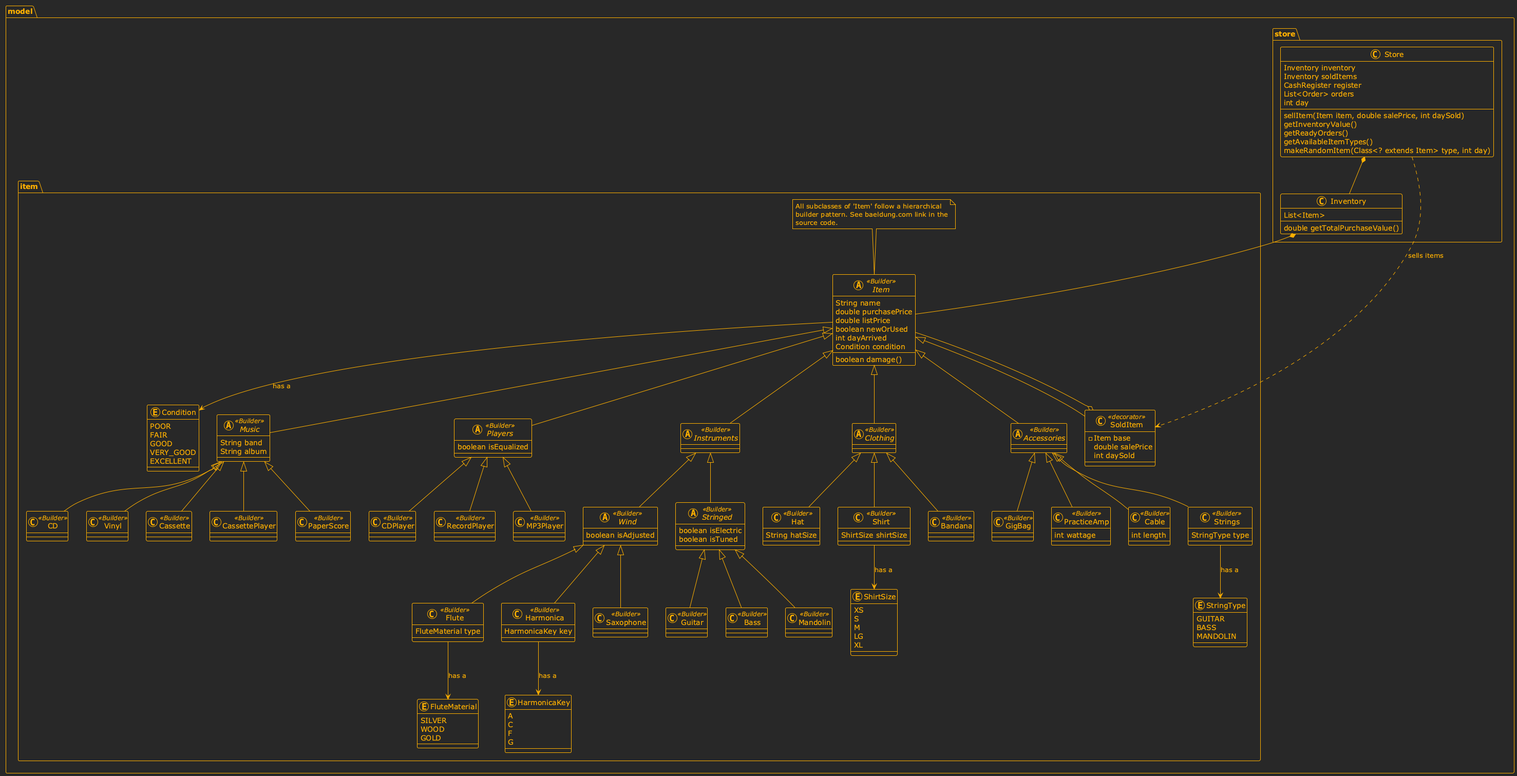
Before: src/main/java/ooad/project3/assets/itemsUML.png, a diagram exported from PlantUML (simondoesstuff/ooad-2025). Its diagram source:
```plantuml
@startuml

!theme crt-amber

<style>
header {
  HorizontalAlignment left
}
</style>

package "model" {

  package "item" {

    abstract class Item <<Builder>> {
      String name
      double purchasePrice
      double listPrice
      boolean newOrUsed
      int dayArrived
      Condition condition
      boolean damage()
    }

    note top
      All subclasses of 'Item' follow a hierarchical
      builder pattern. See baeldung.com link in the
      source code.
    end note

    class SoldItem <<decorator>> extends Item {
      - Item base
      double salePrice
      int daySold
    }

    enum Condition {
      POOR
      FAIR
      GOOD
      VERY_GOOD
      EXCELLENT
    }

    abstract class Music <<Builder>> extends Item {
      String band
      String album
    }
    class PaperScore <<Builder>> extends Music {}
    class CD <<Builder>> extends Music {}
    class Vinyl <<Builder>> extends Music {}
    class Cassette <<Builder>> extends Music {}

    abstract class Players <<Builder>> extends Item {
      boolean isEqualized
    }
    class CDPlayer <<Builder>> extends Players {}
    class RecordPlayer <<Builder>> extends Players {}
    class MP3Player <<Builder>> extends Players {}
    class CassettePlayer <<Builder>> extends Music {}

    abstract class Instruments <<Builder>> extends Item {}

    abstract class Stringed <<Builder>> extends Instruments {
      boolean isElectric
      boolean isTuned
    }
    class Guitar <<Builder>> extends Stringed {}
    class Bass <<Builder>> extends Stringed {}
    class Mandolin <<Builder>> extends Stringed {}

    abstract class Wind <<Builder>> extends Instruments {
      boolean isAdjusted
    }
    class Flute <<Builder>> extends Wind {
      FluteMaterial type
    }
    enum FluteMaterial {
      SILVER
      WOOD
      GOLD
    }
    class Harmonica <<Builder>> extends Wind {
      HarmonicaKey key
    }
    enum HarmonicaKey {
      A
      C
      F
      G
    }
    class Saxophone <<Builder>> extends Wind {}

    abstract class Clothing <<Builder>> extends Item {}
    class Hat <<Builder>> extends Clothing {
      String hatSize
    }
    class Shirt <<Builder>> extends Clothing {
      ShirtSize shirtSize
    }
    enum ShirtSize {
      XS
      S
      M
      LG
      XL
    }
    class Bandana <<Builder>> extends Clothing {}

    abstract class Accessories <<Builder>> extends Item {}
    class PracticeAmp <<Builder>> extends Accessories {
      int wattage
    }
    class Cable <<Builder>> extends Accessories {
      int length
    }
    class Strings <<Builder>> extends Accessories {
      StringType type
    }
    enum StringType {
      GUITAR
      BASS
      MANDOLIN
    }
    class GigBag <<Builder>> extends Accessories {}

    Item --> Condition : has a
    Flute --> FluteMaterial : has a
    Harmonica --> HarmonicaKey : has a
    Shirt --> ShirtSize : has a
    Strings --> StringType : has a
  SoldItem o-- Item

  }

  package "store" {
    class Store {
      Inventory inventory
      Inventory soldItems
      CashRegister register
      List<Order> orders
      int day
      sellItem(Item item, double salePrice, int daySold)
      getInventoryValue()
      getReadyOrders()
      getAvailableItemTypes()
      makeRandomItem(Class<? extends Item> type, int day)
    }

    class Inventory {
      List<Item>
      double getTotalPurchaseValue()
    }

    Store ..> SoldItem : sells items
    Store *-- Inventory
    Inventory *-- Item
  }

}

@enduml
```
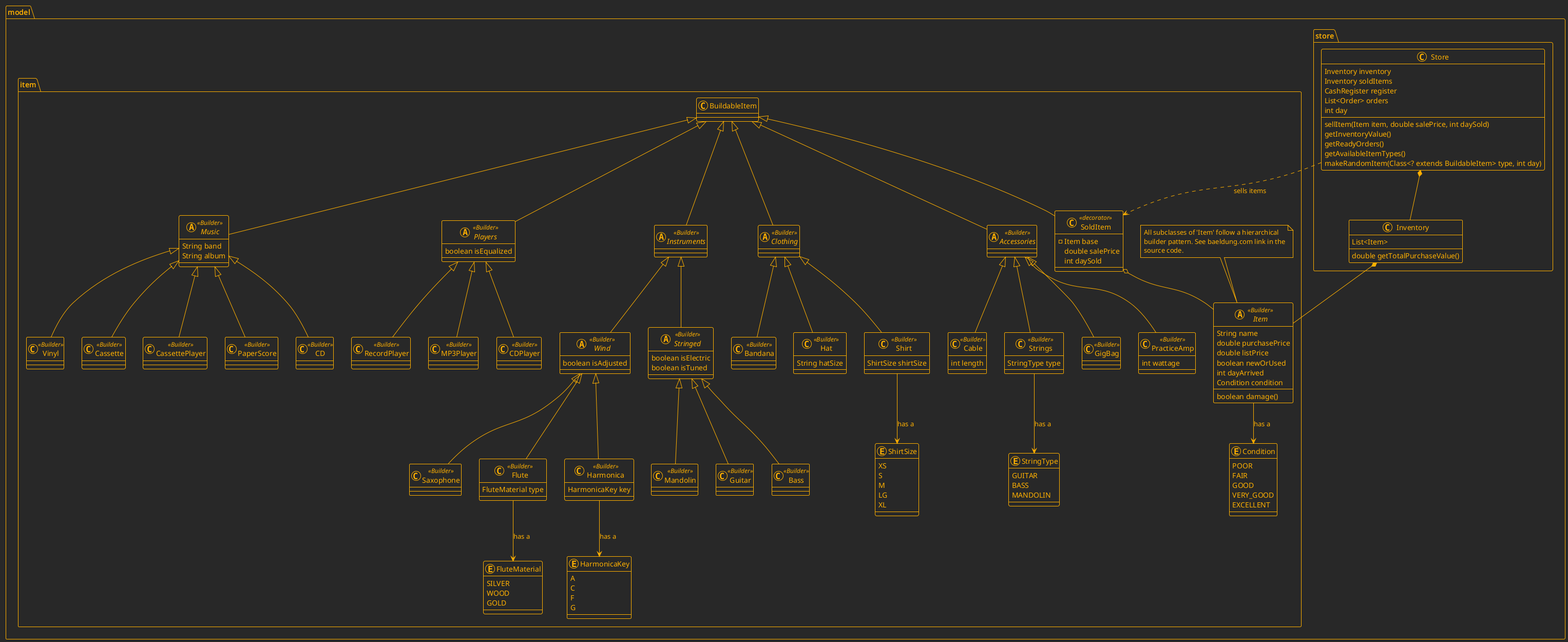
Above is the later version.

What changed in the source:
```diff
@@ -28,7 +28,7 @@
       source code.
     end note
 
-    class SoldItem <<decorator>> extends Item {
+    class SoldItem <<decorator>> extends BuildableItem {
       - Item base
       double salePrice
       int daySold
@@ -42,7 +42,7 @@
       EXCELLENT
     }
 
-    abstract class Music <<Builder>> extends Item {
+    abstract class Music <<Builder>> extends BuildableItem {
       String band
       String album
     }
@@ -51,7 +51,7 @@
     class Vinyl <<Builder>> extends Music {}
     class Cassette <<Builder>> extends Music {}
 
-    abstract class Players <<Builder>> extends Item {
+    abstract class Players <<Builder>> extends BuildableItem {
       boolean isEqualized
     }
     class CDPlayer <<Builder>> extends Players {}
@@ -59,7 +59,7 @@
     class MP3Player <<Builder>> extends Players {}
     class CassettePlayer <<Builder>> extends Music {}
 
-    abstract class Instruments <<Builder>> extends Item {}
+    abstract class Instruments <<Builder>> extends BuildableItem {}
 
     abstract class Stringed <<Builder>> extends Instruments {
       boolean isElectric
@@ -91,7 +91,7 @@
     }
     class Saxophone <<Builder>> extends Wind {}
 
-    abstract class Clothing <<Builder>> extends Item {}
+    abstract class Clothing <<Builder>> extends BuildableItem {}
     class Hat <<Builder>> extends Clothing {
       String hatSize
     }
@@ -107,7 +107,7 @@
     }
     class Bandana <<Builder>> extends Clothing {}
 
-    abstract class Accessories <<Builder>> extends Item {}
+    abstract class Accessories <<Builder>> extends BuildableItem {}
     class PracticeAmp <<Builder>> extends Accessories {
       int wattage
     }
@@ -144,7 +144,7 @@
       getInventoryValue()
       getReadyOrders()
       getAvailableItemTypes()
-      makeRandomItem(Class<? extends Item> type, int day)
+      makeRandomItem(Class<? extends BuildableItem> type, int day)
     }
 
     class Inventory {
```
